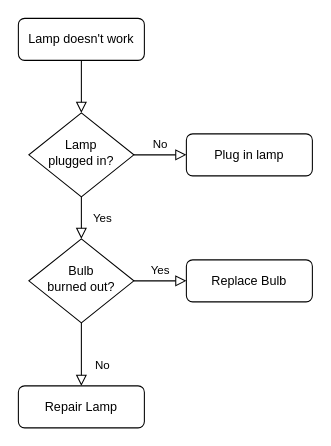
Above: Mini_Project/Untitled Diagram.drawio in NurA-Khairol/MicroP-mini-project-SRD- (draw.io), before the change. Source tidied: cells renumbered, new cells numbered last; positions are measured from the earlier drawing's top-left corner, leaving out a move shared by most shapes. Both pictures are drawn from the tidied source at 105%, with x=0, y=0 at pixel (18, 18).
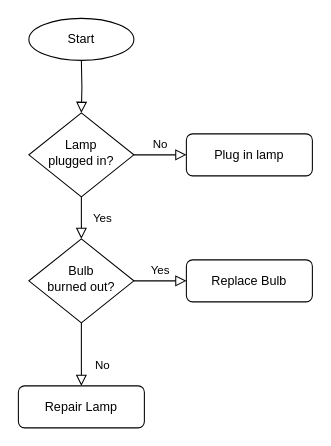
Above is the later version.

Commit message:
SRD flowchart diagram

The edit, as a diff of the source:
```diff
@@
 <mxGraphModel>
   <root>
     <mxCell id="0" />
     <mxCell id="1" parent="0" />
-    <mxCell id="2" style="rounded=0;html=1;jettySize=auto;fontSize=11;endArrow=block;endFill=0;endSize=8;strokeWidth=1;shadow=0;labelBackgroundColor=none;edgeStyle=orthogonalEdgeStyle;" parent="1" edge="1" source="3" target="6">
-      <mxGeometry relative="1" as="geometry" />
+    <mxCell id="2" style="rounded=0;html=1;jettySize=auto;fontSize=11;endArrow=block;endFill=0;endSize=8;strokeWidth=1;shadow=0;labelBackgroundColor=none;edgeStyle=orthogonalEdgeStyle;" parent="1" edge="1" target="6">
+      <mxGeometry relative="1" as="geometry">
+        <mxPoint x="60" y="40" as="sourcePoint" />
+      </mxGeometry>
     </mxCell>
-    <mxCell id="3" value="Lamp doesn't work" style="rounded=1;whiteSpace=wrap;html=1;fontSize=12;glass=0;strokeWidth=1;shadow=0;" parent="1" vertex="1">
-      <mxGeometry width="120" height="40" as="geometry" />
-    </mxCell>
     <mxCell id="4" value="Yes" style="rounded=0;html=1;jettySize=auto;fontSize=11;endArrow=block;endFill=0;endSize=8;strokeWidth=1;shadow=0;labelBackgroundColor=none;edgeStyle=orthogonalEdgeStyle;" parent="1" edge="1" source="6" target="10">
       <mxGeometry y="20" relative="1" as="geometry" />
     </mxCell>
     <mxCell id="5" value="No" style="edgeStyle=orthogonalEdgeStyle;rounded=0;html=1;jettySize=auto;fontSize=11;endArrow=block;endFill=0;endSize=8;strokeWidth=1;shadow=0;labelBackgroundColor=none;" parent="1" edge="1" source="6" target="7">
       <mxGeometry y="10" relative="1" as="geometry" />
     </mxCell>
     <mxCell id="6" value="Lamp&lt;br&gt;plugged in?" style="rhombus;whiteSpace=wrap;html=1;shadow=0;fontFamily=Helvetica;fontSize=12;align=center;strokeWidth=1;spacing=6;spacingTop=-4;" parent="1" vertex="1">
       <mxGeometry x="10" y="90" width="100" height="80" as="geometry" />
     </mxCell>
     <mxCell id="7" value="Plug in lamp" style="rounded=1;whiteSpace=wrap;html=1;fontSize=12;glass=0;strokeWidth=1;shadow=0;" parent="1" vertex="1">
       <mxGeometry x="160" y="110" width="120" height="40" as="geometry" />
     </mxCell>
     <mxCell id="8" value="No" style="rounded=0;html=1;jettySize=auto;fontSize=11;endArrow=block;endFill=0;endSize=8;strokeWidth=1;shadow=0;labelBackgroundColor=none;edgeStyle=orthogonalEdgeStyle;" parent="1" edge="1" source="10" target="11">
       <mxGeometry x="0.33" y="20" relative="1" as="geometry" />
     </mxCell>
     <mxCell id="9" value="Yes" style="edgeStyle=orthogonalEdgeStyle;rounded=0;html=1;jettySize=auto;fontSize=11;endArrow=block;endFill=0;endSize=8;strokeWidth=1;shadow=0;labelBackgroundColor=none;" parent="1" edge="1" source="10" target="12">
       <mxGeometry y="10" relative="1" as="geometry" />
     </mxCell>
     <mxCell id="10" value="Bulb&lt;br&gt;burned out?" style="rhombus;whiteSpace=wrap;html=1;shadow=0;fontFamily=Helvetica;fontSize=12;align=center;strokeWidth=1;spacing=6;spacingTop=-4;" parent="1" vertex="1">
       <mxGeometry x="10" y="210" width="100" height="80" as="geometry" />
     </mxCell>
     <mxCell id="11" value="Repair Lamp" style="rounded=1;whiteSpace=wrap;html=1;fontSize=12;glass=0;strokeWidth=1;shadow=0;" parent="1" vertex="1">
       <mxGeometry y="350" width="120" height="40" as="geometry" />
     </mxCell>
     <mxCell id="12" value="Replace Bulb" style="rounded=1;whiteSpace=wrap;html=1;fontSize=12;glass=0;strokeWidth=1;shadow=0;" parent="1" vertex="1">
       <mxGeometry x="160" y="230" width="120" height="40" as="geometry" />
     </mxCell>
+    <mxCell id="13" value="Start" style="ellipse;whiteSpace=wrap;html=1;hachureGap=4;" parent="1" vertex="1">
+      <mxGeometry x="10" width="100" height="40" as="geometry" />
+    </mxCell>
   </root>
 </mxGraphModel>
```
